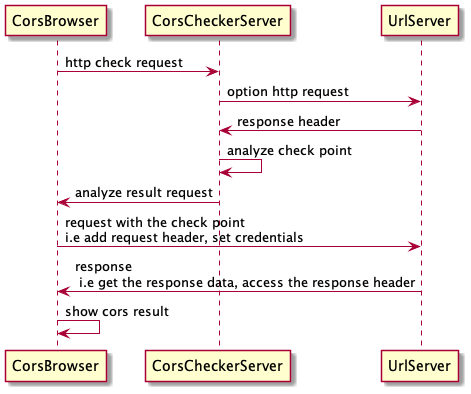
Above: image/time.png in vanniuner/cross-origin-checker (PlantUML), before the change.
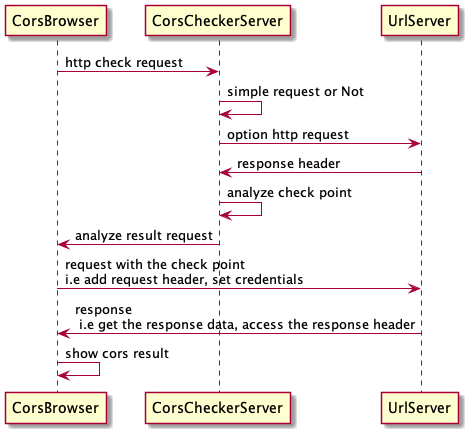
After the commit.

What changed in the source:
```diff
@@ -1,5 +1,6 @@
 @startuml
 CorsBrowser       -> CorsCheckerServer  : http check request
+CorsCheckerServer -> CorsCheckerServer  : simple request or Not
 CorsCheckerServer -> UrlServer          : option http request
 UrlServer         -> CorsCheckerServer  : response header
 CorsCheckerServer -> CorsCheckerServer  : analyze check point
```
